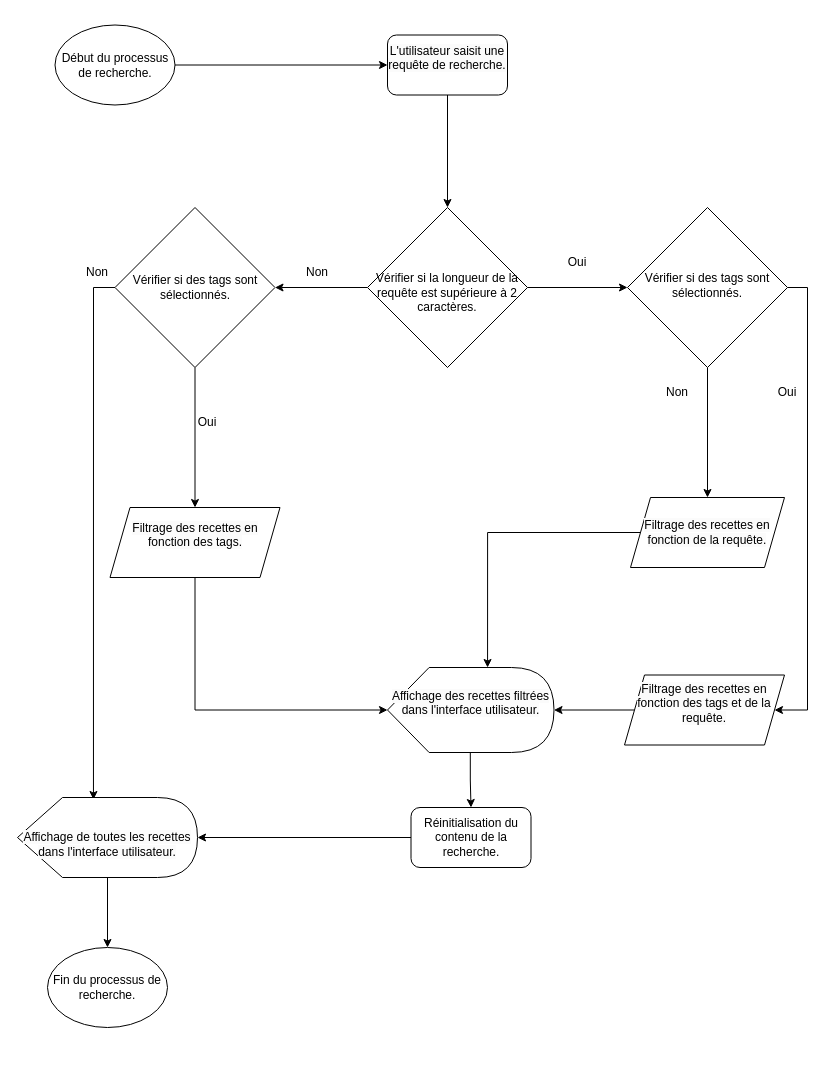
Above: Untitled Diagram.drawio in PuenaruIonutMarian/LesPetitsPlats (draw.io), before the change. Source tidied: cells renumbered, new cells numbered last; positions are measured from the earlier drawing's top-left corner, leaving out a move shared by most shapes. Both pictures are drawn from the tidied source at 100%, with x=0, y=0 at pixel (17, 25).
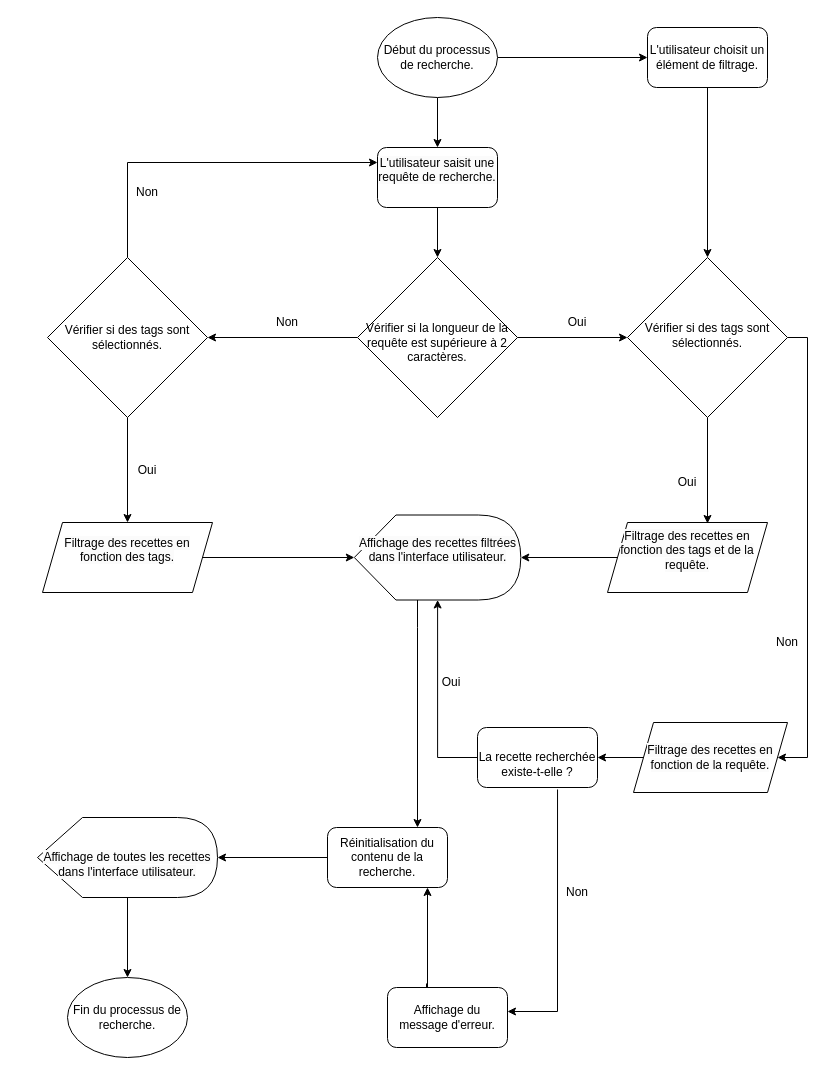
The same page after the edit.

What changed in the source:
```diff
@@
     <mxCell id="4" value="&lt;br&gt;Vérifier si la longueur de la requête est supérieure à 2 caractères." style="rhombus;whiteSpace=wrap;html=1;shadow=0;fontFamily=Helvetica;fontSize=12;align=center;strokeWidth=1;spacing=6;spacingTop=-4;" parent="1" vertex="1">
-      <mxGeometry x="350" y="182" width="160" height="160" as="geometry" />
+      <mxGeometry x="340" y="232" width="160" height="160" as="geometry" />
     </mxCell>
-    <mxCell id="5" style="edgeStyle=orthogonalEdgeStyle;rounded=0;jettySize=auto;html=1;" parent="1" edge="1" source="7" target="23">
-      <mxGeometry relative="1" as="geometry" />
+    <mxCell id="5" style="edgeStyle=orthogonalEdgeStyle;rounded=0;jettySize=auto;html=1;entryX=1;entryY=0.5;entryDx=0;entryDy=0;exitX=1;exitY=0.5;exitDx=0;exitDy=0;" parent="1" edge="1" source="7" target="23">
+      <mxGeometry relative="1" as="geometry">
+        <Array as="points">
+          <mxPoint x="790" y="312" />
+          <mxPoint x="790" y="732" />
+        </Array>
+      </mxGeometry>
     </mxCell>
-    <mxCell id="6" style="edgeStyle=orthogonalEdgeStyle;rounded=0;jettySize=auto;html=1;entryX=1;entryY=0.5;entryDx=0;entryDy=0;exitX=1;exitY=0.5;exitDx=0;exitDy=0;" parent="1" edge="1" source="7" target="21">
-      <mxGeometry relative="1" as="geometry">
-        <Array as="points">
-          <mxPoint x="790" y="262" />
-          <mxPoint x="790" y="685" />
-        </Array>
-      </mxGeometry>
+    <mxCell id="6" style="edgeStyle=orthogonalEdgeStyle;rounded=0;jettySize=auto;html=1;entryX=0.625;entryY=0.014;entryDx=0;entryDy=0;entryPerimeter=0;" parent="1" edge="1" source="7" target="21">
+      <mxGeometry relative="1" as="geometry" />
     </mxCell>
     <mxCell id="7" value="Vérifier si des tags sont sélectionnés." style="rhombus;whiteSpace=wrap;html=1;shadow=0;fontFamily=Helvetica;fontSize=12;align=center;strokeWidth=1;spacing=6;spacingTop=-4;" parent="1" vertex="1">
-      <mxGeometry x="610" y="182" width="160" height="160" as="geometry" />
+      <mxGeometry x="610" y="232" width="160" height="160" as="geometry" />
     </mxCell>
-    <mxCell id="8" style="edgeStyle=orthogonalEdgeStyle;rounded=0;jettySize=auto;html=1;entryX=0;entryY=0.5;entryDx=0;entryDy=0;" parent="1" edge="1" source="9" target="28">
+    <mxCell id="8" style="edgeStyle=orthogonalEdgeStyle;rounded=0;jettySize=auto;html=1;" parent="1" edge="1" source="9" target="28">
       <mxGeometry relative="1" as="geometry" />
     </mxCell>
+    <mxCell id="34" style="edgeStyle=orthogonalEdgeStyle;rounded=0;jettySize=auto;html=1;" parent="1" edge="1" source="9" target="37">
+      <mxGeometry relative="1" as="geometry" />
+    </mxCell>
     <mxCell id="9" value="Début du processus de recherche." style="ellipse;whiteSpace=wrap;html=1;" parent="1" vertex="1">
-      <mxGeometry x="37.5" y="-0.5" width="120" height="80" as="geometry" />
+      <mxGeometry x="360" y="-8" width="120" height="80" as="geometry" />
     </mxCell>
-    <mxCell id="10" style="edgeStyle=orthogonalEdgeStyle;rounded=0;jettySize=auto;html=1;exitX=0;exitY=0;exitDx=82.8125;exitDy=85;exitPerimeter=0;" parent="1" edge="1" source="33" target="25">
-      <mxGeometry relative="1" as="geometry" />
-    </mxCell>
     <mxCell id="11" value="Oui" style="text;html=1;strokeColor=none;fillColor=none;align=center;verticalAlign=middle;whiteSpace=wrap;rounded=0;" parent="1" vertex="1">
-      <mxGeometry x="160" y="382" width="60" height="30" as="geometry" />
+      <mxGeometry x="100" y="429.5" width="60" height="30" as="geometry" />
     </mxCell>
+    <mxCell id="13" style="edgeStyle=orthogonalEdgeStyle;rounded=0;jettySize=auto;html=1;exitX=0.5;exitY=0;exitDx=0;exitDy=0;entryX=0;entryY=0.25;entryDx=0;entryDy=0;" parent="1" edge="1" source="14" target="28">
+      <mxGeometry relative="1" as="geometry" />
+    </mxCell>
-    <mxCell id="12" style="edgeStyle=orthogonalEdgeStyle;rounded=0;jettySize=auto;html=1;entryX=0.5;entryY=0;entryDx=0;entryDy=0;" parent="1" edge="1" source="14" target="19">
+    <mxCell id="12" style="edgeStyle=orthogonalEdgeStyle;rounded=0;jettySize=auto;html=1;" parent="1" edge="1" source="14" target="19">
       <mxGeometry relative="1" as="geometry" />
     </mxCell>
-    <mxCell id="13" style="edgeStyle=orthogonalEdgeStyle;rounded=0;jettySize=auto;html=1;exitX=0;exitY=0.5;exitDx=0;exitDy=0;entryX=0.422;entryY=0.025;entryDx=0;entryDy=0;entryPerimeter=0;" parent="1" edge="1" source="14" target="32">
-      <mxGeometry relative="1" as="geometry" />
-    </mxCell>
     <mxCell id="14" value="Vérifier si des tags sont sélectionnés." style="rhombus;whiteSpace=wrap;html=1;" parent="1" vertex="1">
-      <mxGeometry x="97.5" y="182" width="160" height="160" as="geometry" />
+      <mxGeometry x="30" y="232" width="160" height="160" as="geometry" />
     </mxCell>
     <mxCell id="15" value="Non" style="text;html=1;strokeColor=none;fillColor=none;align=center;verticalAlign=middle;whiteSpace=wrap;rounded=0;" parent="1" vertex="1">
-      <mxGeometry x="270" y="232" width="60" height="30" as="geometry" />
+      <mxGeometry x="240" y="282" width="60" height="30" as="geometry" />
     </mxCell>
-    <mxCell id="16" style="edgeStyle=orthogonalEdgeStyle;rounded=0;jettySize=auto;html=1;entryX=0;entryY=0.5;entryDx=0;entryDy=0;entryPerimeter=0;exitX=0.5;exitY=1;exitDx=0;exitDy=0;" parent="1" edge="1" source="19" target="33">
+    <mxCell id="16" style="edgeStyle=orthogonalEdgeStyle;rounded=0;jettySize=auto;html=1;entryX=0;entryY=0.5;entryDx=0;entryDy=0;entryPerimeter=0;exitX=1;exitY=0.5;exitDx=0;exitDy=0;" parent="1" edge="1" source="19" target="33">
       <mxGeometry relative="1" as="geometry" />
     </mxCell>
     <mxCell id="17" value="Non" style="text;html=1;strokeColor=none;fillColor=none;align=center;verticalAlign=middle;whiteSpace=wrap;rounded=0;" parent="1" vertex="1">
-      <mxGeometry x="50" y="232" width="60" height="30" as="geometry" />
+      <mxGeometry x="100" y="152" width="60" height="30" as="geometry" />
     </mxCell>
     <mxCell id="18" value="Oui" style="text;html=1;strokeColor=none;fillColor=none;align=center;verticalAlign=middle;whiteSpace=wrap;rounded=0;" parent="1" vertex="1">
-      <mxGeometry x="530" y="222" width="60" height="30" as="geometry" />
+      <mxGeometry x="530" y="282" width="60" height="30" as="geometry" />
     </mxCell>
     <mxCell id="19" value="&#10;&lt;span style=&quot;color: rgb(0, 0, 0); font-family: Helvetica; font-size: 12px; font-style: normal; font-variant-ligatures: normal; font-variant-caps: normal; font-weight: 400; letter-spacing: normal; orphans: 2; text-align: center; text-indent: 0px; text-transform: none; widows: 2; word-spacing: 0px; -webkit-text-stroke-width: 0px; background-color: rgb(251, 251, 251); text-decoration-thickness: initial; text-decoration-style: initial; text-decoration-color: initial; float: none; display: inline !important;&quot;&gt;Filtrage des recettes en fonction des tags.&lt;/span&gt;&#10;&#10;" style="shape=parallelogram;perimeter=parallelogramPerimeter;whiteSpace=wrap;html=1;fixedSize=1;" parent="1" vertex="1">
-      <mxGeometry x="92.5" y="482" width="170" height="70" as="geometry" />
+      <mxGeometry x="25" y="497" width="170" height="70" as="geometry" />
     </mxCell>
@@
     <mxCell id="21" value="&#10;&lt;span style=&quot;color: rgb(0, 0, 0); font-family: Helvetica; font-size: 12px; font-style: normal; font-variant-ligatures: normal; font-variant-caps: normal; font-weight: 400; letter-spacing: normal; orphans: 2; text-align: center; text-indent: 0px; text-transform: none; widows: 2; word-spacing: 0px; -webkit-text-stroke-width: 0px; background-color: rgb(251, 251, 251); text-decoration-thickness: initial; text-decoration-style: initial; text-decoration-color: initial; float: none; display: inline !important;&quot;&gt;Filtrage des recettes en fonction des tags et de la requête.&lt;/span&gt;&#10;&#10;" style="shape=parallelogram;perimeter=parallelogramPerimeter;whiteSpace=wrap;html=1;fixedSize=1;" parent="1" vertex="1">
-      <mxGeometry x="607" y="649.5" width="160" height="70" as="geometry" />
+      <mxGeometry x="590" y="497" width="160" height="70" as="geometry" />
     </mxCell>
-    <mxCell id="22" style="edgeStyle=orthogonalEdgeStyle;rounded=0;jettySize=auto;html=1;entryX=0.601;entryY=0;entryDx=0;entryDy=0;entryPerimeter=0;" parent="1" edge="1" source="23" target="33">
-      <mxGeometry relative="1" as="geometry">
-        <Array as="points">
-          <mxPoint x="470" y="507" />
-        </Array>
-      </mxGeometry>
-    </mxCell>
+    <mxCell id="35" style="edgeStyle=orthogonalEdgeStyle;rounded=0;jettySize=auto;html=1;entryX=1;entryY=0.5;entryDx=0;entryDy=0;" parent="1" edge="1" source="23" target="40">
+      <mxGeometry relative="1" as="geometry" />
+    </mxCell>
     <mxCell id="23" value="&#10;&lt;br style=&quot;border-color: var(--border-color); color: rgb(0, 0, 0); font-family: Helvetica; font-size: 12px; font-style: normal; font-variant-ligatures: normal; font-variant-caps: normal; font-weight: 400; letter-spacing: normal; orphans: 2; text-align: center; text-indent: 0px; text-transform: none; widows: 2; word-spacing: 0px; -webkit-text-stroke-width: 0px; background-color: rgb(251, 251, 251); text-decoration-thickness: initial; text-decoration-style: initial; text-decoration-color: initial;&quot;&gt;&lt;span style=&quot;border-color: var(--border-color); color: rgb(0, 0, 0); font-family: Helvetica; font-size: 12px; font-style: normal; font-variant-ligatures: normal; font-variant-caps: normal; font-weight: 400; letter-spacing: normal; orphans: 2; text-align: center; text-indent: 0px; text-transform: none; widows: 2; word-spacing: 0px; -webkit-text-stroke-width: 0px; text-decoration-thickness: initial; text-decoration-style: initial; text-decoration-color: initial; background-color: rgb(251, 251, 251); float: none; display: inline !important;&quot;&gt;Filtrage des recettes en fonction de la requête.&lt;/span&gt;&lt;br style=&quot;border-color: var(--border-color); color: rgb(0, 0, 0); font-family: Helvetica; font-size: 12px; font-style: normal; font-variant-ligatures: normal; font-variant-caps: normal; font-weight: 400; letter-spacing: normal; orphans: 2; text-align: center; text-indent: 0px; text-transform: none; widows: 2; word-spacing: 0px; -webkit-text-stroke-width: 0px; background-color: rgb(251, 251, 251); text-decoration-thickness: initial; text-decoration-style: initial; text-decoration-color: initial;&quot;&gt;&#10;&#10;" style="shape=parallelogram;perimeter=parallelogramPerimeter;whiteSpace=wrap;html=1;fixedSize=1;" parent="1" vertex="1">
-      <mxGeometry x="613" y="472" width="154" height="70" as="geometry" />
+      <mxGeometry x="616" y="697" width="154" height="70" as="geometry" />
     </mxCell>
@@
     <mxCell id="25" value="Réinitialisation du contenu de la recherche." style="rounded=1;whiteSpace=wrap;html=1;" parent="1" vertex="1">
-      <mxGeometry x="393.5" y="782" width="120" height="60" as="geometry" />
+      <mxGeometry x="310" y="802" width="120" height="60" as="geometry" />
     </mxCell>
     <mxCell id="26" value="Fin du processus de recherche." style="ellipse;whiteSpace=wrap;html=1;" parent="1" vertex="1">
-      <mxGeometry x="30" y="922" width="120" height="80" as="geometry" />
+      <mxGeometry x="50" y="952" width="120" height="80" as="geometry" />
     </mxCell>
@@
     <mxCell id="28" value="&#10;&lt;span style=&quot;color: rgb(0, 0, 0); font-family: Helvetica; font-size: 12px; font-style: normal; font-variant-ligatures: normal; font-variant-caps: normal; font-weight: 400; letter-spacing: normal; orphans: 2; text-align: center; text-indent: 0px; text-transform: none; widows: 2; word-spacing: 0px; -webkit-text-stroke-width: 0px; background-color: rgb(251, 251, 251); text-decoration-thickness: initial; text-decoration-style: initial; text-decoration-color: initial; float: none; display: inline !important;&quot;&gt;L'utilisateur saisit une requête de recherche.&lt;/span&gt;&#10;&#10;" style="rounded=1;whiteSpace=wrap;html=1;" parent="1" vertex="1">
-      <mxGeometry x="370" y="9.5" width="120" height="60" as="geometry" />
+      <mxGeometry x="360" y="122" width="120" height="60" as="geometry" />
     </mxCell>
     <mxCell id="29" value="Oui" style="text;html=1;strokeColor=none;fillColor=none;align=center;verticalAlign=middle;whiteSpace=wrap;rounded=0;" parent="1" vertex="1">
-      <mxGeometry x="740" y="352" width="60" height="30" as="geometry" />
+      <mxGeometry x="640" y="442" width="60" height="30" as="geometry" />
     </mxCell>
-    <mxCell id="30" value="Non" style="text;html=1;strokeColor=none;fillColor=none;align=center;verticalAlign=middle;whiteSpace=wrap;rounded=0;" parent="1" vertex="1">
-      <mxGeometry x="630" y="352" width="60" height="30" as="geometry" />
-    </mxCell>
@@
     <mxCell id="32" value="&lt;br&gt;&lt;span style=&quot;color: rgb(0, 0, 0); font-family: Helvetica; font-size: 12px; font-style: normal; font-variant-ligatures: normal; font-variant-caps: normal; font-weight: 400; letter-spacing: normal; orphans: 2; text-align: center; text-indent: 0px; text-transform: none; widows: 2; word-spacing: 0px; -webkit-text-stroke-width: 0px; background-color: rgb(251, 251, 251); text-decoration-thickness: initial; text-decoration-style: initial; text-decoration-color: initial; float: none; display: inline !important;&quot;&gt;Affichage de toutes les recettes dans l'interface utilisateur.&lt;/span&gt;" style="shape=display;whiteSpace=wrap;html=1;" parent="1" vertex="1">
-      <mxGeometry y="772" width="180" height="80" as="geometry" />
+      <mxGeometry x="20" y="792" width="180" height="80" as="geometry" />
     </mxCell>
+    <mxCell id="10" style="edgeStyle=orthogonalEdgeStyle;rounded=0;jettySize=auto;html=1;" parent="1" edge="1" source="33" target="25">
+      <mxGeometry relative="1" as="geometry">
+        <Array as="points">
+          <mxPoint x="400" y="602" />
+          <mxPoint x="400" y="602" />
+        </Array>
+      </mxGeometry>
+    </mxCell>
     <mxCell id="33" value="&#10;&lt;span style=&quot;color: rgb(0, 0, 0); font-family: Helvetica; font-size: 12px; font-style: normal; font-variant-ligatures: normal; font-variant-caps: normal; font-weight: 400; letter-spacing: normal; orphans: 2; text-align: center; text-indent: 0px; text-transform: none; widows: 2; word-spacing: 0px; -webkit-text-stroke-width: 0px; background-color: rgb(251, 251, 251); text-decoration-thickness: initial; text-decoration-style: initial; text-decoration-color: initial; float: none; display: inline !important;&quot;&gt;Affichage des recettes filtrées dans l'interface utilisateur.&lt;/span&gt;&#10;&#10;" style="shape=display;whiteSpace=wrap;html=1;" parent="1" vertex="1">
-      <mxGeometry x="370" y="642" width="166.5" height="85" as="geometry" />
+      <mxGeometry x="336.8" y="489.5" width="166.5" height="85" as="geometry" />
     </mxCell>
+    <mxCell id="36" style="edgeStyle=orthogonalEdgeStyle;rounded=0;jettySize=auto;html=1;" parent="1" edge="1" source="37" target="7">
+      <mxGeometry relative="1" as="geometry" />
+    </mxCell>
+    <mxCell id="37" value="L'utilisateur choisit un élément de filtrage." style="rounded=1;whiteSpace=wrap;html=1;" parent="1" vertex="1">
+      <mxGeometry x="630" y="2" width="120" height="60" as="geometry" />
+    </mxCell>
+    <mxCell id="38" style="edgeStyle=orthogonalEdgeStyle;rounded=0;jettySize=auto;html=1;entryX=1;entryY=0.4;entryDx=0;entryDy=0;entryPerimeter=0;exitX=0.667;exitY=1.033;exitDx=0;exitDy=0;exitPerimeter=0;" parent="1" edge="1" source="40" target="42">
+      <mxGeometry relative="1" as="geometry" />
+    </mxCell>
+    <mxCell id="39" style="edgeStyle=orthogonalEdgeStyle;rounded=0;jettySize=auto;html=1;exitX=0;exitY=0.5;exitDx=0;exitDy=0;" parent="1" edge="1" source="40" target="33">
+      <mxGeometry relative="1" as="geometry" />
+    </mxCell>
+    <mxCell id="40" value="&lt;br&gt;La recette recherchée existe-t-elle ?" style="rounded=1;whiteSpace=wrap;html=1;" parent="1" vertex="1">
+      <mxGeometry x="460" y="702" width="120" height="60" as="geometry" />
+    </mxCell>
+    <mxCell id="41" style="edgeStyle=orthogonalEdgeStyle;rounded=0;jettySize=auto;html=1;exitX=0.325;exitY=-0.067;exitDx=0;exitDy=0;exitPerimeter=0;" parent="1" edge="1" source="42">
+      <mxGeometry relative="1" as="geometry">
+        <mxPoint x="410" y="862" as="targetPoint" />
+        <Array as="points">
+          <mxPoint x="409" y="962" />
+          <mxPoint x="410" y="962" />
+          <mxPoint x="410" y="862" />
+        </Array>
+      </mxGeometry>
+    </mxCell>
+    <mxCell id="42" value="Affichage du message d'erreur." style="rounded=1;whiteSpace=wrap;html=1;" parent="1" vertex="1">
+      <mxGeometry x="370" y="962" width="120" height="60" as="geometry" />
+    </mxCell>
+    <mxCell id="43" value="Oui" style="text;html=1;strokeColor=none;fillColor=none;align=center;verticalAlign=middle;whiteSpace=wrap;rounded=0;" parent="1" vertex="1">
+      <mxGeometry x="404" y="642" width="60" height="30" as="geometry" />
+    </mxCell>
+    <mxCell id="44" value="Non" style="text;html=1;strokeColor=none;fillColor=none;align=center;verticalAlign=middle;whiteSpace=wrap;rounded=0;" parent="1" vertex="1">
+      <mxGeometry x="530" y="852" width="60" height="30" as="geometry" />
+    </mxCell>
+    <mxCell id="30" value="Non" style="text;html=1;strokeColor=none;fillColor=none;align=center;verticalAlign=middle;whiteSpace=wrap;rounded=0;" parent="1" vertex="1">
+      <mxGeometry x="740" y="602" width="60" height="30" as="geometry" />
+    </mxCell>
```
